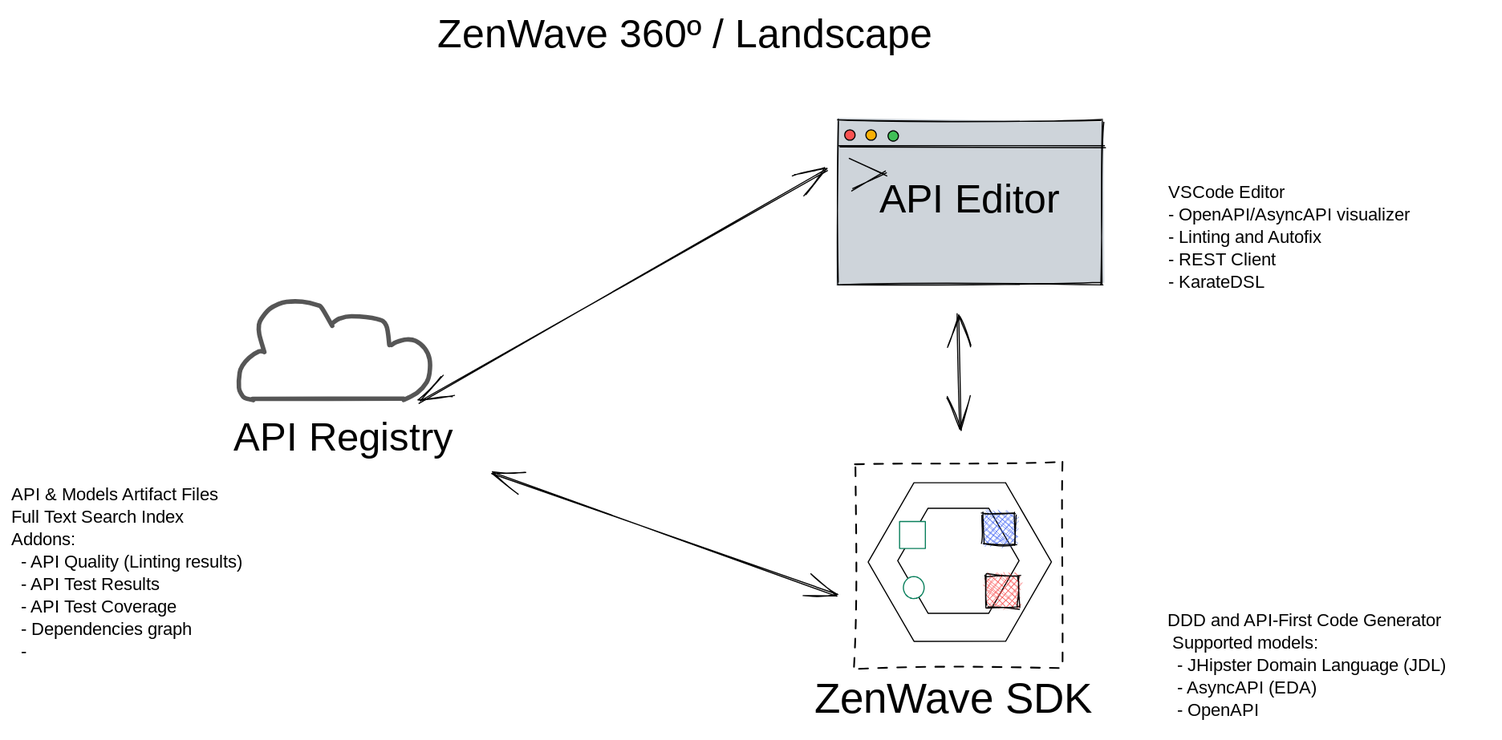
Before: ZenWave-360-Landscape.excalidraw.svg, a diagram exported from Excalidraw (ZenWave360/.github). Source tidied: one line per element, renumbered; positions are measured from the earlier drawing's top-left corner, leaving out a move shared by most shapes.
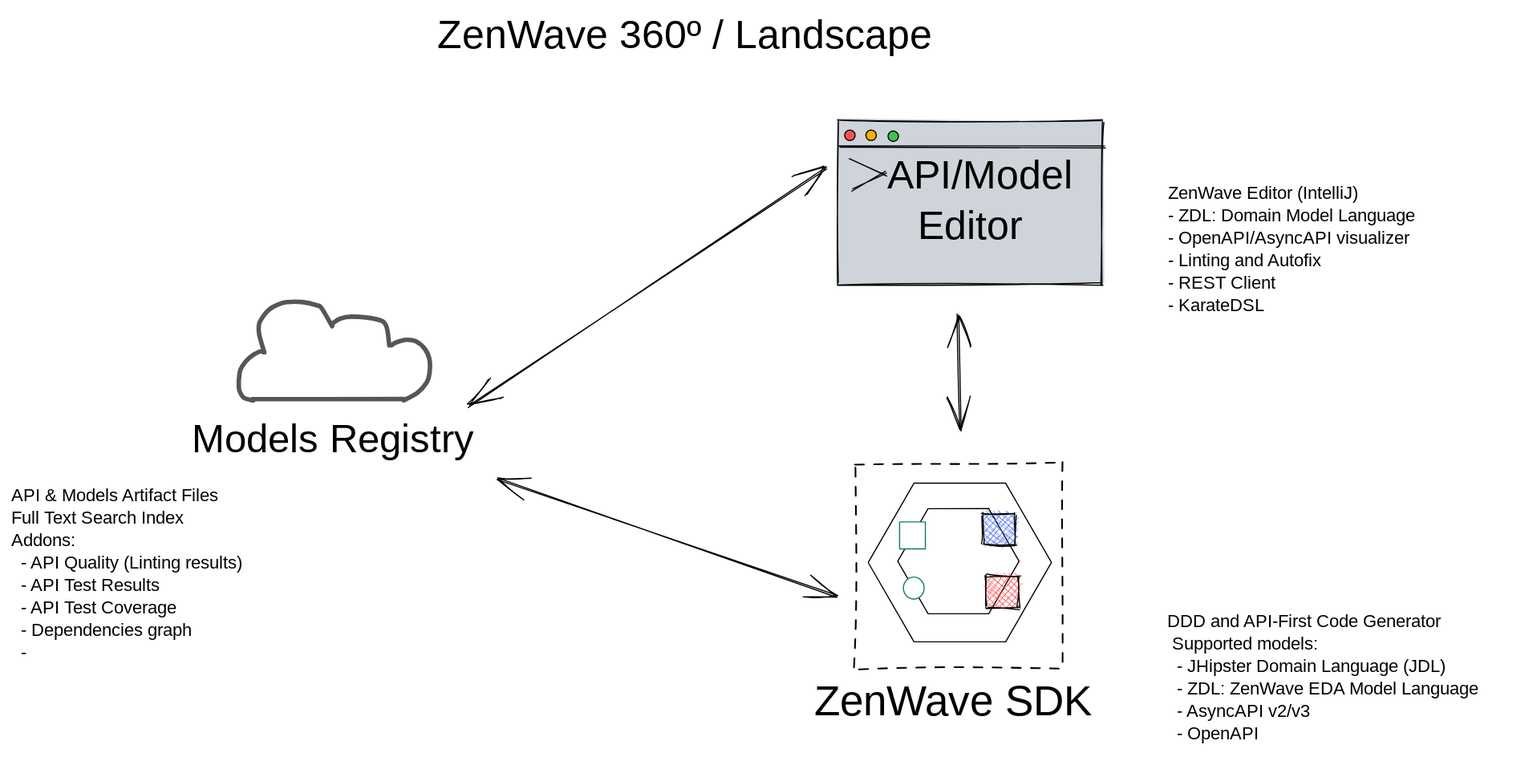
Above is the later version.

Commit message:
updates ZenWave360 Landscape

The edit, as a diff of the source:
```diff
@@ -5,14 +5,14 @@
 {"id": 4, "type": "ellipse", "strokeColor": "#000000", "backgroundColor": "#40c057", "fillStyle": "solid", "strokeWidth": 1, "roughness": 0, "x": 781, "y": 107, "width": 9, "height": 9}
 {"id": 5, "type": "line", "strokeColor": "#000000", "backgroundColor": "#868e96", "fillStyle": "solid", "strokeWidth": 1, "roughness": 1, "round": true, "x": 746, "y": 131, "width": 32, "height": 14, "points": [[0, 0], [32, 14]]}
 {"id": 6, "type": "line", "strokeColor": "#000000", "backgroundColor": "#868e96", "fillStyle": "solid", "strokeWidth": 1, "roughness": 1, "round": true, "x": 748, "y": 159, "width": 31, "height": 16, "points": [[0, 0], [31, -16]]}
-{"id": 7, "type": "text", "text": "API Editor", "strokeColor": "#000000", "strokeWidth": 1, "roughness": 1, "fontSize": 36, "fontFamily": 1, "textAlign": "center", "verticalAlign": "middle", "inside": 0, "x": 757, "y": 148, "width": 194, "height": 45}
+{"id": 7, "type": "text", "text": "  API/Model\nEditor", "strokeColor": "#000000", "strokeWidth": 1, "roughness": 1, "fontSize": 36, "fontFamily": 1, "textAlign": "center", "verticalAlign": "middle", "inside": 0, "x": 745, "y": 125, "width": 218, "height": 90}
 {"id": 8, "type": "rectangle", "strokeColor": "transparent", "backgroundColor": "#fff", "fillStyle": "solid", "strokeWidth": 1, "roughness": 1, "x": 224, "y": 274, "width": 107, "height": 113}
 {"id": 9, "type": "line", "strokeColor": "#565656", "backgroundColor": "black", "fillStyle": "solid", "strokeWidth": 4, "roughness": 0, "round": true, "x": 215, "y": 345, "width": 135, "height": 0, "points": [[0, 0], [135, 0]]}
 {"id": 10, "type": "line", "strokeColor": "#565656", "backgroundColor": "black", "fillStyle": "solid", "strokeWidth": 4, "roughness": 0, "round": true, "x": 215, "y": 347, "width": 22, "height": 43, "points": [[0, 0], [-8, -2], [-11, -5], [-13, -11], [-12, -24], [-10, -31], [-4, -38], [5, -43], [9, -43]]}
 {"id": 11, "type": "line", "strokeColor": "#565656", "backgroundColor": "black", "fillStyle": "solid", "strokeWidth": 4, "roughness": 0, "round": true, "x": 225, "y": 304, "width": 65, "height": 45, "points": [[0, 0], [-4, -16], [-5, -24], [-3, -30], [4, -38], [12, -42], [20, -45], [34, -45], [47, -42], [51, -39], [60, -23]]}
 {"id": 12, "type": "line", "strokeColor": "#565656", "backgroundColor": "black", "fillStyle": "solid", "strokeWidth": 4, "roughness": 0, "round": true, "x": 285, "y": 279, "width": 52, "height": 26, "points": [[0, 0], [8, -5], [18, -7], [41, -4], [49, 1], [52, 19]]}
 {"id": 13, "type": "line", "strokeColor": "#565656", "backgroundColor": "black", "fillStyle": "solid", "strokeWidth": 4, "roughness": 0, "round": true, "x": 349, "y": 346, "width": 34, "height": 54, "points": [[0, 0], [12, -7], [20, -16], [23, -24], [23, -36], [19, -46], [11, -53], [3, -54], [-7, -52], [-11, -49]]}
-{"id": 14, "type": "text", "text": "API Registry", "strokeColor": "#000000", "backgroundColor": "#e64980", "fillStyle": "cross-hatch", "strokeWidth": 1, "roughness": 1, "fontSize": 34.8, "fontFamily": 1, "x": 198, "y": 360, "width": 221, "height": 44}
+{"id": 14, "type": "text", "text": "Models Registry", "strokeColor": "#000000", "backgroundColor": "#e64980", "fillStyle": "cross-hatch", "strokeWidth": 1, "roughness": 1, "fontSize": 34.8, "fontFamily": 1, "x": 161, "y": 361, "width": 268, "height": 44}
 {"id": 15, "type": "rectangle", "strokeColor": "#000000", "strokeWidth": 1, "strokeStyle": "dashed", "roughness": 1, "x": 752, "y": 402, "width": 182, "height": 182}
 {"id": 16, "type": "line", "strokeColor": "#000000", "angle": 1.57, "backgroundColor": "#fff", "fillStyle": "solid", "strokeWidth": 1, "roughness": 0, "x": 845, "y": 409, "width": 141, "height": 163, "points": [[0, 0], [71, 41], [71, 122], [0, 163], [-71, 122], [-71, 41], [0, 0]]}
 {"id": 17, "type": "line", "strokeColor": "#000000", "angle": 1.57, "backgroundColor": "#fff", "fillStyle": "solid", "strokeWidth": 1, "roughness": 0, "x": 843, "y": 436, "width": 94, "height": 108, "points": [[0, 0], [47, 27], [47, 81], [0, 108], [-47, 81], [-47, 27], [0, 0]]}
@@ -20,11 +20,11 @@
 {"id": 19, "type": "ellipse", "strokeColor": "#087f5b", "angle": 1.57, "backgroundColor": "#fff", "fillStyle": "solid", "strokeWidth": 1, "roughness": 0, "x": 794, "y": 504, "width": 20, "height": 18}
 {"id": 20, "type": "rectangle", "strokeColor": "#000000", "backgroundColor": "#fa5252", "fillStyle": "cross-hatch", "strokeWidth": 1, "roughness": 1, "x": 868, "y": 503, "width": 29, "height": 28}
 {"id": 21, "type": "rectangle", "strokeColor": "#000000", "backgroundColor": "#4c6ef5", "fillStyle": "cross-hatch", "strokeWidth": 1, "roughness": 1, "x": 866, "y": 447, "width": 28, "height": 28}
-{"id": 22, "type": "text", "text": "ZenWave SDK", "strokeColor": "#000000", "strokeWidth": 1, "strokeStyle": "dashed", "roughness": 1, "fontSize": 37.65, "fontFamily": 1, "x": 715, "y": 592, "width": 257, "height": 47}
+{"id": 22, "type": "text", "text": "ZenWave SDK", "strokeColor": "#000000", "strokeWidth": 1, "strokeStyle": "dashed", "roughness": 1, "fontSize": 37.65, "fontFamily": 1, "x": 715, "y": 592, "width": 256, "height": 47}
-{"id": 23, "type": "arrow", "strokeColor": "#000000", "strokeWidth": 1, "roughness": 1, "startArrowhead": "arrow", "endArrowhead": "arrow", "round": true, "from": 14, "to": 0, "x": 364, "y": 348, "width": 362, "height": 207, "points": [[0, 0], [362, -207]]}
+{"id": 23, "type": "arrow", "strokeColor": "#000000", "strokeWidth": 1, "roughness": 1, "startArrowhead": "arrow", "endArrowhead": "arrow", "round": true, "from": 14, "to": 0, "x": 407, "y": 351, "width": 318, "height": 212, "points": [[0, 0], [318, -212]]}
-{"id": 24, "type": "arrow", "strokeColor": "#000000", "strokeWidth": 1, "roughness": 1, "startArrowhead": "arrow", "endArrowhead": "arrow", "round": true, "from": 14, "to": 15, "x": 429, "y": 412, "width": 307, "height": 108, "points": [[0, 0], [307, 108]]}
+{"id": 24, "type": "arrow", "strokeColor": "#000000", "strokeWidth": 1, "roughness": 1, "startArrowhead": "arrow", "endArrowhead": "arrow", "round": true, "from": 14, "to": 15, "x": 434, "y": 417, "width": 303, "height": 104, "points": [[0, 0], [303, 104]]}
 {"id": 25, "type": "arrow", "strokeColor": "#000000", "strokeWidth": 1, "roughness": 1, "startArrowhead": "arrow", "endArrowhead": "arrow", "round": true, "from": 0, "to": 15, "x": 844, "y": 271, "width": 3, "height": 103, "points": [[0, 0], [3, 103]]}
 {"id": 26, "type": "text", "text": "API & Models Artifact Files\nFull Text Search Index\nAddons:\n  - API Quality (Linting results)\n  - API Test Results\n  - API Test Coverage\n  - Dependencies graph\n  - ", "strokeColor": "#000000", "strokeWidth": 1, "strokeStyle": "dashed", "roughness": 1, "fontSize": 16, "fontFamily": 1, "x": 0, "y": 422, "width": 256, "height": 160}
-{"id": 27, "type": "text", "text": "DDD and API-First Code Generator\n Supported models:\n  - JHipster Domain Language (JDL)\n  - AsyncAPI (EDA)\n  - OpenAPI", "strokeColor": "#000000", "strokeWidth": 1, "strokeStyle": "dashed", "roughness": 1, "fontSize": 16, "fontFamily": 1, "x": 1029, "y": 534, "width": 288, "height": 100}
+{"id": 27, "type": "text", "text": "DDD and API-First Code Generator\n Supported models:\n  - JHipster Domain Language (JDL)\n  - ZDL: ZenWave EDA Model Language\n  - AsyncAPI v2/v3\n  - OpenAPI", "strokeColor": "#000000", "strokeWidth": 1, "strokeStyle": "dashed", "roughness": 1, "fontSize": 16, "fontFamily": 1, "x": 1029, "y": 534, "width": 319, "height": 120}
-{"id": 28, "type": "text", "text": "VSCode Editor\n- OpenAPI/AsyncAPI visualizer\n- Linting and Autofix\n- REST Client\n- KarateDSL", "strokeColor": "#000000", "strokeWidth": 1, "strokeStyle": "dashed", "roughness": 1, "fontSize": 16, "fontFamily": 1, "x": 1030, "y": 153, "width": 241, "height": 100}
+{"id": 28, "type": "text", "text": "ZenWave Editor (IntelliJ)\n- ZDL: Domain Model Language\n- OpenAPI/AsyncAPI visualizer\n- Linting and Autofix\n- REST Client\n- KarateDSL", "strokeColor": "#000000", "strokeWidth": 1, "strokeStyle": "dashed", "roughness": 1, "fontSize": 16, "fontFamily": 1, "x": 1030, "y": 153, "width": 246, "height": 120}
-{"id": 29, "type": "text", "text": "ZenWave 360º / Landscape", "strokeColor": "#000000", "backgroundColor": "#ced4da", "fillStyle": "cross-hatch", "strokeWidth": 1, "strokeStyle": "dashed", "roughness": 0, "fontSize": 36, "fontFamily": 1, "x": 379, "y": 0, "width": 496, "height": 45}
+{"id": 29, "type": "text", "text": "ZenWave 360º / Landscape", "strokeColor": "#000000", "backgroundColor": "#ced4da", "fillStyle": "cross-hatch", "strokeWidth": 1, "strokeStyle": "dashed", "roughness": 0, "fontSize": 36, "fontFamily": 1, "x": 379, "y": 0, "width": 495, "height": 45}
```
